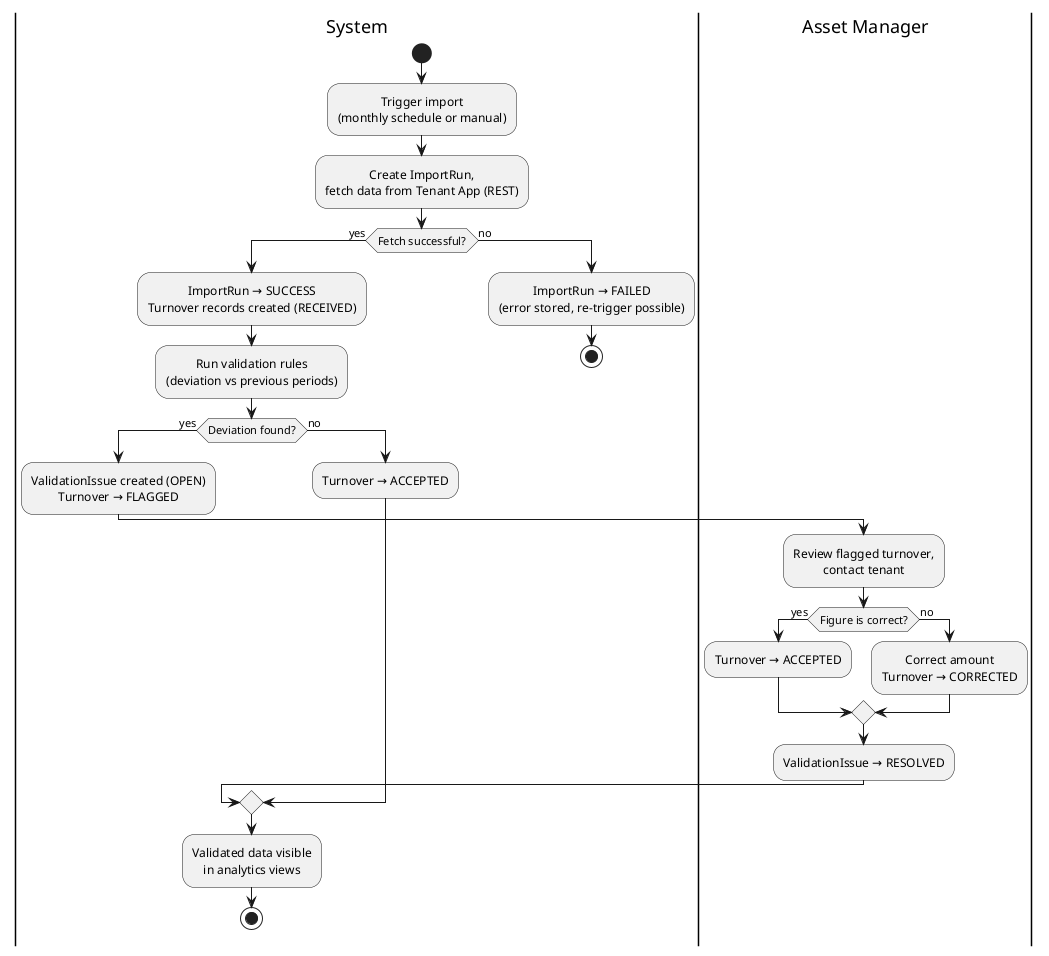
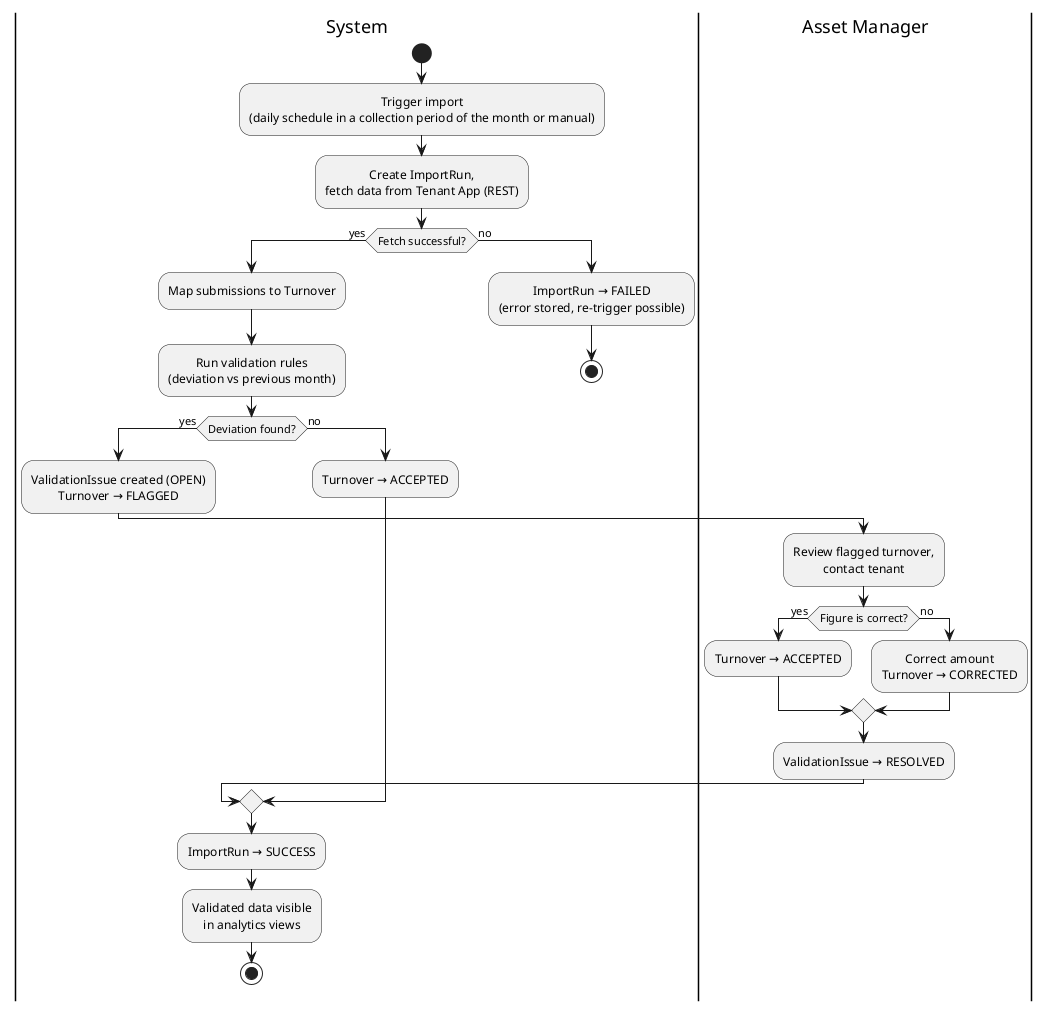
@startuml validation-flow
skinparam shadowing false
skinparam defaultTextAlignment center

|System|
start
- :Trigger import\n(monthly schedule or manual);
+ :Trigger import\n(daily schedule in a collection period of the month or manual);
:Create ImportRun,\nfetch data from Tenant App (REST);
if (Fetch successful?) then (yes)
-   :ImportRun → SUCCESS\nTurnover records created (RECEIVED);
-   :Run validation rules\n(deviation vs previous periods);
+   :Map submissions to Turnover;
+   :Run validation rules\n(deviation vs previous month);
  if (Deviation found?) then (yes)
    :ValidationIssue created (OPEN)\nTurnover → FLAGGED;
    |Asset Manager|
    :Review flagged turnover,\ncontact tenant;
    if (Figure is correct?) then (yes)
      :Turnover → ACCEPTED;
    else (no)
      :Correct amount\nTurnover → CORRECTED;
    endif
    :ValidationIssue → RESOLVED;
    |System|
  else (no)
    :Turnover → ACCEPTED;
  endif
+   :ImportRun → SUCCESS;
  :Validated data visible\nin analytics views;
  stop
else (no)
  :ImportRun → FAILED\n(error stored, re-trigger possible);
  stop
endif

@enduml
